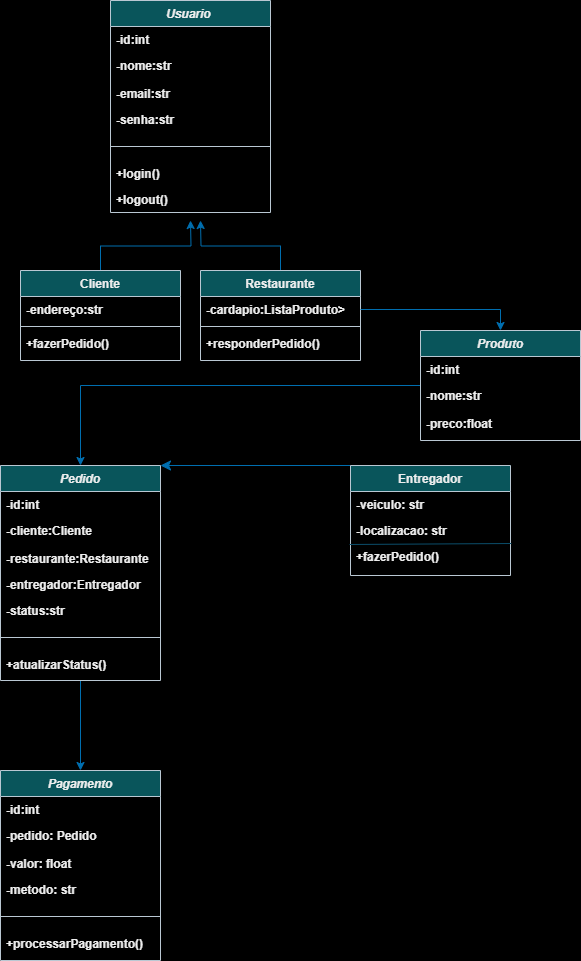
Before: Diagrama de classes DSC.png, a diagram exported from draw.io (luisfelipesantiago/Diagrama-de-classes). Source tidied: cells renumbered, new cells last; positions are measured from the earlier drawing's top-left corner, leaving out a move shared by most shapes. Source of this version:
```xml
<mxGraphModel background="light-dark(#FFFFFF,#FFFFFF)">
  <root>
    <mxCell id="0" />
    <mxCell id="1" parent="0" />
    <mxCell id="2" value="Usuario " style="swimlane;fontStyle=3;align=center;verticalAlign=top;horizontal=1;startSize=26;rounded=0;shadow=0;strokeWidth=1;labelBackgroundColor=none;fillColor=#09555B;strokeColor=#BAC8D3;fontColor=#EEEEEE;" parent="1" vertex="1">
      <mxGeometry x="110" width="160" height="212" as="geometry" />
    </mxCell>
    <mxCell id="3" value="-id:int" style="text;align=left;verticalAlign=top;spacingLeft=4;spacingRight=4;overflow=hidden;labelBackgroundColor=none;fontColor=#EEEEEE;fontStyle=1;" parent="2" vertex="1">
      <mxGeometry y="26" width="160" height="26" as="geometry" />
    </mxCell>
    <mxCell id="4" value="-nome:str" style="text;align=left;verticalAlign=top;spacingLeft=4;spacingRight=4;overflow=hidden;rounded=0;shadow=0;html=0;labelBackgroundColor=none;fontColor=#EEEEEE;fontStyle=1;" parent="2" vertex="1">
      <mxGeometry y="52" width="160" height="28" as="geometry" />
    </mxCell>
    <mxCell id="5" value="-email:str&#10;" style="text;align=left;verticalAlign=top;spacingLeft=4;spacingRight=4;overflow=hidden;rounded=0;shadow=0;html=0;labelBackgroundColor=none;fontColor=#EEEEEE;fontStyle=1;" parent="2" vertex="1">
      <mxGeometry y="80" width="160" height="26" as="geometry" />
    </mxCell>
    <mxCell id="6" value="-senha:str&#10;" style="text;align=left;verticalAlign=top;spacingLeft=4;spacingRight=4;overflow=hidden;rounded=0;shadow=0;html=0;labelBackgroundColor=none;fontColor=#EEEEEE;fontStyle=1;" parent="2" vertex="1">
      <mxGeometry y="106" width="160" height="26" as="geometry" />
    </mxCell>
    <mxCell id="7" style="line;html=1;strokeWidth=1;align=left;verticalAlign=middle;spacingTop=-1;spacingLeft=3;spacingRight=3;labelPosition=right;labelBackgroundColor=none;fillColor=#09555B;strokeColor=#BAC8D3;fontColor=#EEEEEE;fontStyle=1;" parent="2" vertex="1">
      <mxGeometry y="132" width="160" height="28" as="geometry" />
    </mxCell>
    <mxCell id="8" value="+login()" style="text;align=left;verticalAlign=top;spacingLeft=4;spacingRight=4;overflow=hidden;rounded=0;shadow=0;html=0;labelBackgroundColor=none;fontColor=#EEEEEE;fontStyle=1;" parent="2" vertex="1">
      <mxGeometry y="160" width="160" height="26" as="geometry" />
    </mxCell>
    <mxCell id="9" value="+logout()" style="text;align=left;verticalAlign=top;spacingLeft=4;spacingRight=4;overflow=hidden;rounded=0;shadow=0;html=0;labelBackgroundColor=none;fontColor=#EEEEEE;fontStyle=1;" parent="2" vertex="1">
      <mxGeometry y="186" width="160" height="26" as="geometry" />
    </mxCell>
    <mxCell id="10" style="edgeStyle=orthogonalEdgeStyle;rounded=0;jettySize=auto;html=1;exitX=0.5;exitY=0;exitDx=0;exitDy=0;labelBackgroundColor=none;strokeColor=#006EAF;fontColor=default;fontStyle=1;fillColor=#1ba1e2;" parent="1" edge="1" source="11">
      <mxGeometry relative="1" as="geometry">
        <mxPoint x="190" y="220" as="targetPoint" />
      </mxGeometry>
    </mxCell>
    <mxCell id="11" value="Cliente" style="swimlane;fontStyle=1;align=center;verticalAlign=top;horizontal=1;startSize=26;rounded=0;shadow=0;strokeWidth=1;labelBackgroundColor=none;fillColor=#09555B;strokeColor=#BAC8D3;fontColor=#EEEEEE;" parent="1" vertex="1">
      <mxGeometry x="20" y="270" width="160" height="90" as="geometry" />
    </mxCell>
    <mxCell id="12" value="-endereço:str" style="text;align=left;verticalAlign=top;spacingLeft=4;spacingRight=4;overflow=hidden;labelBackgroundColor=none;fontColor=#EEEEEE;fontStyle=1;" parent="11" vertex="1">
      <mxGeometry y="26" width="160" height="26" as="geometry" />
    </mxCell>
    <mxCell id="13" style="line;html=1;strokeWidth=1;align=left;verticalAlign=middle;spacingTop=-1;spacingLeft=3;spacingRight=3;labelPosition=right;labelBackgroundColor=none;fillColor=#09555B;strokeColor=#BAC8D3;fontColor=#EEEEEE;fontStyle=1;" parent="11" vertex="1">
      <mxGeometry y="52" width="160" height="8" as="geometry" />
    </mxCell>
    <mxCell id="14" value="+fazerPedido()" style="text;align=left;verticalAlign=top;spacingLeft=4;spacingRight=4;overflow=hidden;labelBackgroundColor=none;fontColor=#EEEEEE;fontStyle=1;" parent="11" vertex="1">
      <mxGeometry y="60" width="160" height="26" as="geometry" />
    </mxCell>
    <mxCell id="15" style="edgeStyle=orthogonalEdgeStyle;rounded=0;jettySize=auto;html=1;labelBackgroundColor=none;strokeColor=#006EAF;fontColor=default;fontStyle=1;fillColor=#1ba1e2;" parent="1" edge="1" source="16">
      <mxGeometry relative="1" as="geometry">
        <mxPoint x="200" y="220" as="targetPoint" />
      </mxGeometry>
    </mxCell>
    <mxCell id="16" value="Restaurante" style="swimlane;fontStyle=1;align=center;verticalAlign=top;horizontal=1;startSize=26;rounded=0;shadow=0;strokeWidth=1;labelBackgroundColor=none;fillColor=#09555B;strokeColor=#BAC8D3;fontColor=#EEEEEE;" parent="1" vertex="1">
      <mxGeometry x="200" y="270" width="160" height="90" as="geometry" />
    </mxCell>
    <mxCell id="17" value="-cardapio:ListaProduto&gt;" style="text;align=left;verticalAlign=top;spacingLeft=4;spacingRight=4;overflow=hidden;points=[[0,0.5],[1,0.5]];portConstraint=eastwest;labelBackgroundColor=none;fontColor=#EEEEEE;fontStyle=1;" parent="16" vertex="1">
      <mxGeometry y="26" width="160" height="26" as="geometry" />
    </mxCell>
    <mxCell id="18" style="line;html=1;strokeWidth=1;align=left;verticalAlign=middle;spacingTop=-1;spacingLeft=3;spacingRight=3;labelPosition=right;labelBackgroundColor=none;fillColor=#09555B;strokeColor=#BAC8D3;fontColor=#EEEEEE;fontStyle=1;" parent="16" vertex="1">
      <mxGeometry y="52" width="160" height="8" as="geometry" />
    </mxCell>
    <mxCell id="19" value="+responderPedido()" style="text;align=left;verticalAlign=top;spacingLeft=4;spacingRight=4;overflow=hidden;labelBackgroundColor=none;fontColor=#EEEEEE;fontStyle=1;" parent="16" vertex="1">
      <mxGeometry y="60" width="160" height="20" as="geometry" />
    </mxCell>
    <mxCell id="20" style="edgeStyle=orthogonalEdgeStyle;rounded=0;jettySize=auto;html=1;entryX=0.5;entryY=0;entryDx=0;entryDy=0;labelBackgroundColor=none;strokeColor=#006EAF;fontColor=default;fontStyle=1;fillColor=#1ba1e2;" parent="1" edge="1" source="21" target="27">
      <mxGeometry relative="1" as="geometry" />
    </mxCell>
    <mxCell id="21" value="Produto" style="swimlane;fontStyle=3;align=center;verticalAlign=top;horizontal=1;startSize=26;rounded=0;shadow=0;strokeWidth=1;labelBackgroundColor=none;fillColor=#09555B;strokeColor=#BAC8D3;fontColor=#EEEEEE;" parent="1" vertex="1">
      <mxGeometry x="420" y="330" width="160" height="110" as="geometry" />
    </mxCell>
    <mxCell id="22" value="-id:int" style="text;align=left;verticalAlign=top;spacingLeft=4;spacingRight=4;overflow=hidden;labelBackgroundColor=none;fontColor=#EEEEEE;fontStyle=1;" parent="21" vertex="1">
      <mxGeometry y="26" width="160" height="26" as="geometry" />
    </mxCell>
    <mxCell id="23" value="-nome:str" style="text;align=left;verticalAlign=top;spacingLeft=4;spacingRight=4;overflow=hidden;rounded=0;shadow=0;html=0;labelBackgroundColor=none;fontColor=#EEEEEE;fontStyle=1;" parent="21" vertex="1">
      <mxGeometry y="52" width="160" height="28" as="geometry" />
    </mxCell>
    <mxCell id="24" value="-preco:float" style="text;align=left;verticalAlign=top;spacingLeft=4;spacingRight=4;overflow=hidden;rounded=0;shadow=0;html=0;labelBackgroundColor=none;fontColor=#EEEEEE;fontStyle=1;" parent="21" vertex="1">
      <mxGeometry y="80" width="160" height="26" as="geometry" />
    </mxCell>
    <mxCell id="25" style="edgeStyle=orthogonalEdgeStyle;rounded=0;jettySize=auto;html=1;exitX=1;exitY=0.5;exitDx=0;exitDy=0;entryX=0.5;entryY=0;entryDx=0;entryDy=0;labelBackgroundColor=none;strokeColor=#006EAF;fontColor=default;fontStyle=1;fillColor=#1ba1e2;" parent="1" edge="1" source="17" target="21">
      <mxGeometry relative="1" as="geometry" />
    </mxCell>
    <mxCell id="26" style="edgeStyle=orthogonalEdgeStyle;rounded=0;jettySize=auto;html=1;entryX=0.5;entryY=0;entryDx=0;entryDy=0;labelBackgroundColor=none;strokeColor=#006EAF;fontColor=default;fontStyle=1;fillColor=#1ba1e2;" parent="1" edge="1" source="27" target="35">
      <mxGeometry relative="1" as="geometry" />
    </mxCell>
    <mxCell id="27" value="Pedido" style="swimlane;fontStyle=3;align=center;verticalAlign=top;horizontal=1;startSize=26;rounded=0;shadow=0;strokeWidth=1;labelBackgroundColor=none;fillColor=#09555B;strokeColor=#BAC8D3;fontColor=#EEEEEE;" parent="1" vertex="1">
      <mxGeometry y="465" width="160" height="215" as="geometry" />
    </mxCell>
    <mxCell id="28" value="-id:int" style="text;align=left;verticalAlign=top;spacingLeft=4;spacingRight=4;overflow=hidden;labelBackgroundColor=none;fontColor=#EEEEEE;fontStyle=1;" parent="27" vertex="1">
      <mxGeometry y="26" width="160" height="26" as="geometry" />
    </mxCell>
    <mxCell id="29" value="-cliente:Cliente" style="text;align=left;verticalAlign=top;spacingLeft=4;spacingRight=4;overflow=hidden;rounded=0;shadow=0;html=0;labelBackgroundColor=none;fontColor=#EEEEEE;fontStyle=1;" parent="27" vertex="1">
      <mxGeometry y="52" width="160" height="28" as="geometry" />
    </mxCell>
    <mxCell id="30" value="-restaurante:Restaurante" style="text;align=left;verticalAlign=top;spacingLeft=4;spacingRight=4;overflow=hidden;rounded=0;shadow=0;html=0;labelBackgroundColor=none;fontColor=#EEEEEE;fontStyle=1;" parent="27" vertex="1">
      <mxGeometry y="80" width="160" height="26" as="geometry" />
    </mxCell>
    <mxCell id="31" value="-entregador:Entregador" style="text;align=left;verticalAlign=top;spacingLeft=4;spacingRight=4;overflow=hidden;rounded=0;shadow=0;html=0;labelBackgroundColor=none;fontColor=#EEEEEE;fontStyle=1;" parent="27" vertex="1">
      <mxGeometry y="106" width="160" height="26" as="geometry" />
    </mxCell>
    <mxCell id="32" value="-status:str" style="text;align=left;verticalAlign=top;spacingLeft=4;spacingRight=4;overflow=hidden;rounded=0;shadow=0;html=0;labelBackgroundColor=none;fontColor=#EEEEEE;fontStyle=1;" parent="27" vertex="1">
      <mxGeometry y="132" width="160" height="26" as="geometry" />
    </mxCell>
    <mxCell id="33" style="line;html=1;strokeWidth=1;align=left;verticalAlign=middle;spacingTop=-1;spacingLeft=3;spacingRight=3;labelPosition=right;labelBackgroundColor=none;fillColor=#09555B;strokeColor=#BAC8D3;fontColor=#EEEEEE;fontStyle=1;" parent="27" vertex="1">
      <mxGeometry y="158" width="160" height="28" as="geometry" />
    </mxCell>
    <mxCell id="34" value="+atualizarStatus()" style="text;align=left;verticalAlign=top;spacingLeft=4;spacingRight=4;overflow=hidden;rounded=0;shadow=0;html=0;labelBackgroundColor=none;fontColor=#EEEEEE;fontStyle=1;" parent="27" vertex="1">
      <mxGeometry y="186" width="160" height="22" as="geometry" />
    </mxCell>
    <mxCell id="35" value="Pagamento" style="swimlane;fontStyle=3;align=center;verticalAlign=top;horizontal=1;startSize=26;rounded=0;shadow=0;strokeWidth=1;labelBackgroundColor=none;fillColor=#09555B;strokeColor=#BAC8D3;fontColor=#EEEEEE;" parent="1" vertex="1">
      <mxGeometry y="770" width="160" height="190" as="geometry" />
    </mxCell>
    <mxCell id="36" value="-id:int" style="text;align=left;verticalAlign=top;spacingLeft=4;spacingRight=4;overflow=hidden;labelBackgroundColor=none;fontColor=#EEEEEE;fontStyle=1;" parent="35" vertex="1">
      <mxGeometry y="26" width="160" height="26" as="geometry" />
    </mxCell>
    <mxCell id="37" value="-pedido: Pedido" style="text;align=left;verticalAlign=top;spacingLeft=4;spacingRight=4;overflow=hidden;rounded=0;shadow=0;html=0;labelBackgroundColor=none;fontColor=#EEEEEE;fontStyle=1;" parent="35" vertex="1">
      <mxGeometry y="52" width="160" height="28" as="geometry" />
    </mxCell>
    <mxCell id="38" value="-valor: float" style="text;align=left;verticalAlign=top;spacingLeft=4;spacingRight=4;overflow=hidden;rounded=0;shadow=0;html=0;labelBackgroundColor=none;fontColor=#EEEEEE;fontStyle=1;" parent="35" vertex="1">
      <mxGeometry y="80" width="160" height="26" as="geometry" />
    </mxCell>
    <mxCell id="39" value="-metodo: str" style="text;align=left;verticalAlign=top;spacingLeft=4;spacingRight=4;overflow=hidden;rounded=0;shadow=0;html=0;labelBackgroundColor=none;fontColor=#EEEEEE;fontStyle=1;" parent="35" vertex="1">
      <mxGeometry y="106" width="160" height="26" as="geometry" />
    </mxCell>
    <mxCell id="40" style="line;html=1;strokeWidth=1;align=left;verticalAlign=middle;spacingTop=-1;spacingLeft=3;spacingRight=3;labelPosition=right;labelBackgroundColor=none;fillColor=#09555B;strokeColor=#BAC8D3;fontColor=#EEEEEE;fontStyle=1;" parent="35" vertex="1">
      <mxGeometry y="132" width="160" height="28" as="geometry" />
    </mxCell>
    <mxCell id="41" value="+processarPagamento()" style="text;align=left;verticalAlign=top;spacingLeft=4;spacingRight=4;overflow=hidden;rounded=0;shadow=0;html=0;labelBackgroundColor=none;fontColor=#EEEEEE;fontStyle=1;" parent="35" vertex="1">
      <mxGeometry y="160" width="160" height="26" as="geometry" />
    </mxCell>
    <mxCell id="42" style="edgeStyle=none;curved=1;rounded=0;jettySize=auto;html=1;entryX=1;entryY=0.5;entryDx=0;entryDy=0;fontSize=12;startSize=8;endSize=8;exitX=0;exitY=0;exitDx=0;exitDy=0;fillColor=#1ba1e2;strokeColor=#006EAF;" parent="1" edge="1" source="43">
      <mxGeometry relative="1" as="geometry">
        <mxPoint x="160" y="465" as="targetPoint" />
      </mxGeometry>
    </mxCell>
    <mxCell id="43" value="Entregador" style="swimlane;fontStyle=1;align=center;verticalAlign=top;horizontal=1;startSize=26;rounded=0;shadow=0;strokeWidth=1;labelBackgroundColor=none;fillColor=#09555B;strokeColor=#BAC8D3;fontColor=#EEEEEE;" parent="1" vertex="1">
      <mxGeometry x="350" y="465" width="160" height="110" as="geometry" />
    </mxCell>
    <mxCell id="44" value="-veiculo: str" style="text;align=left;verticalAlign=top;spacingLeft=4;spacingRight=4;overflow=hidden;labelBackgroundColor=none;fontColor=#EEEEEE;fontStyle=1;" parent="43" vertex="1">
      <mxGeometry y="26" width="160" height="26" as="geometry" />
    </mxCell>
    <mxCell id="45" value="-localizacao: str" style="text;align=left;verticalAlign=top;spacingLeft=4;spacingRight=4;overflow=hidden;labelBackgroundColor=none;fontColor=#EEEEEE;fontStyle=1;" parent="43" vertex="1">
      <mxGeometry y="52" width="160" height="26" as="geometry" />
    </mxCell>
    <mxCell id="46" style="endArrow=none;html=1;rounded=0;entryX=1.006;entryY=0;entryDx=0;entryDy=0;entryPerimeter=0;exitX=-0.006;exitY=0.031;exitDx=0;exitDy=0;exitPerimeter=0;labelBackgroundColor=none;strokeColor=#0B4D6A;fontColor=default;fontStyle=1;" parent="43" edge="1" source="47" target="47">
      <mxGeometry relative="1" as="geometry" />
    </mxCell>
    <mxCell id="47" value="+fazerPedido()" style="text;align=left;verticalAlign=top;spacingLeft=4;spacingRight=4;overflow=hidden;points=[[0,0.5],[1,0.5]];portConstraint=eastwest;labelBackgroundColor=none;fontColor=#EEEEEE;fontStyle=1;" parent="43" vertex="1">
      <mxGeometry y="78" width="160" height="32" as="geometry" />
    </mxCell>
  </root>
</mxGraphModel>
```
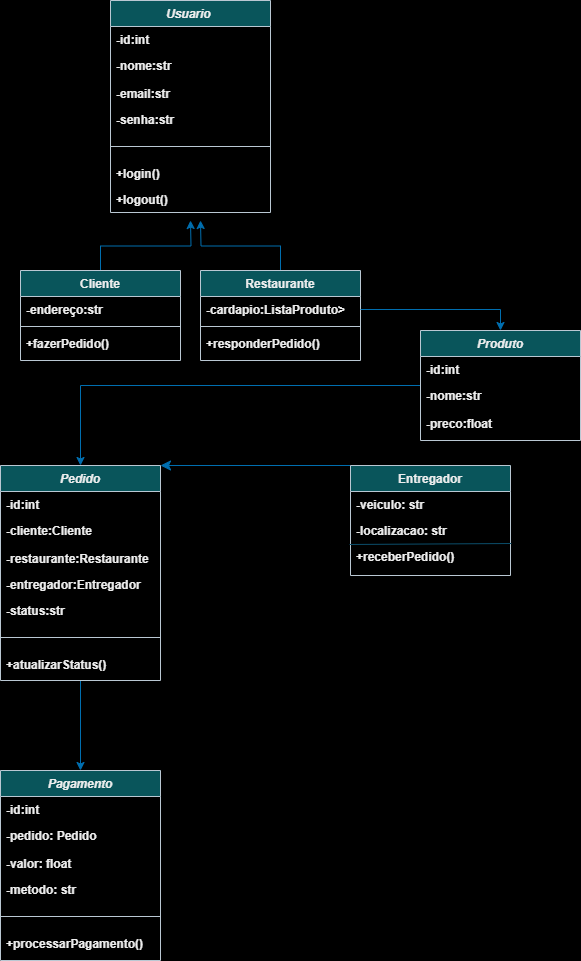
Above is the later version.

What changed in the source:
```diff
@@ -143,7 +143,7 @@
     <mxCell id="46" style="endArrow=none;html=1;rounded=0;entryX=1.006;entryY=0;entryDx=0;entryDy=0;entryPerimeter=0;exitX=-0.006;exitY=0.031;exitDx=0;exitDy=0;exitPerimeter=0;labelBackgroundColor=none;strokeColor=#0B4D6A;fontColor=default;fontStyle=1;" parent="43" edge="1" source="47" target="47">
       <mxGeometry relative="1" as="geometry" />
     </mxCell>
-    <mxCell id="47" value="+fazerPedido()" style="text;align=left;verticalAlign=top;spacingLeft=4;spacingRight=4;overflow=hidden;points=[[0,0.5],[1,0.5]];portConstraint=eastwest;labelBackgroundColor=none;fontColor=#EEEEEE;fontStyle=1;" parent="43" vertex="1">
+    <mxCell id="47" value="+receberPedido()" style="text;align=left;verticalAlign=top;spacingLeft=4;spacingRight=4;overflow=hidden;points=[[0,0.5],[1,0.5]];portConstraint=eastwest;labelBackgroundColor=none;fontColor=#EEEEEE;fontStyle=1;" parent="43" vertex="1">
       <mxGeometry y="78" width="160" height="32" as="geometry" />
     </mxCell>
   </root>
```
